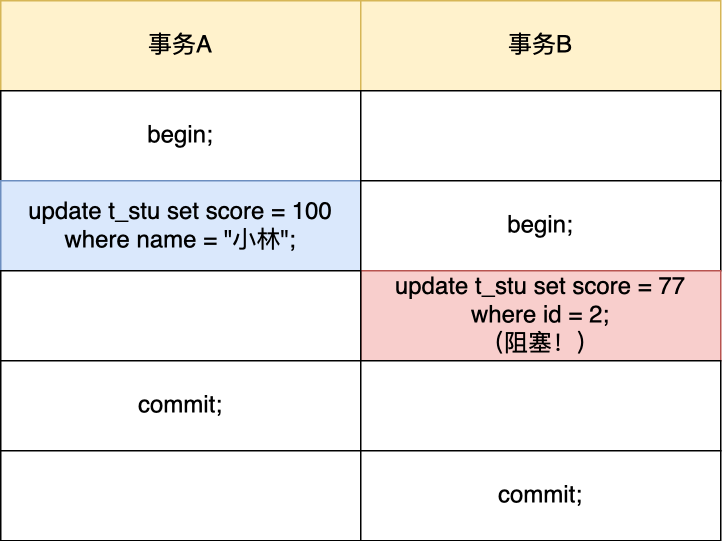
This is mysql/事务隔离/update没有索引.drawio.png from xiaolincoder/ImageHost4, a draw.io export, as it was before one commit. Source tidied: cells renumbered, new cells last; positions are measured from the earlier drawing's top-left corner, leaving out a move shared by most shapes.
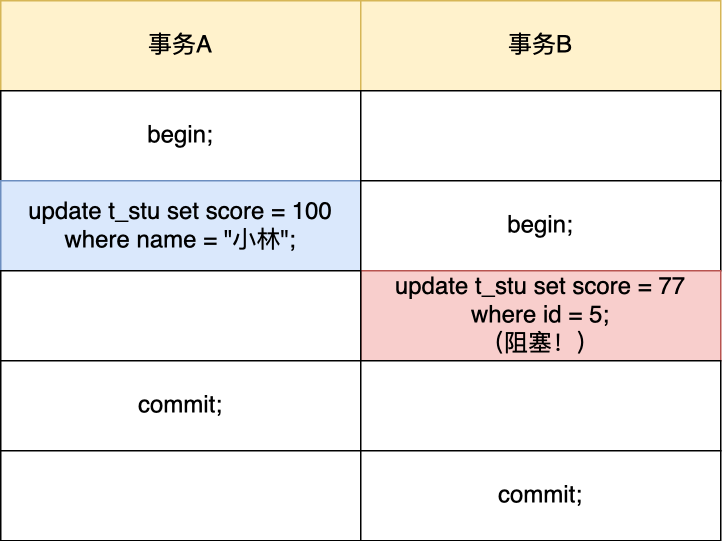
Later version of the same file.

Commit message:
已添加 update没有索引.drawio.png

The edit, as a diff of the source:
```diff
@@ -20,7 +20,7 @@
     <mxCell id="7" value="begin;" style="rounded=0;whiteSpace=wrap;html=1;fontSize=16;" parent="1" vertex="1">
       <mxGeometry x="240" y="120" width="240" height="60" as="geometry" />
     </mxCell>
-    <mxCell id="8" value="update t_stu set score = 77 where id = 2;&lt;br&gt;（阻塞！）" style="rounded=0;whiteSpace=wrap;html=1;fontSize=16;fillColor=#f8cecc;strokeColor=#b85450;" parent="1" vertex="1">
+    <mxCell id="8" value="update t_stu set score = 77 where id = 5;&lt;br&gt;（阻塞！）" style="rounded=0;whiteSpace=wrap;html=1;fontSize=16;fillColor=#f8cecc;strokeColor=#b85450;" parent="1" vertex="1">
       <mxGeometry x="240" y="180" width="240" height="60" as="geometry" />
     </mxCell>
     <mxCell id="9" style="rounded=0;whiteSpace=wrap;html=1;fontSize=16;" parent="1" vertex="1">
```
